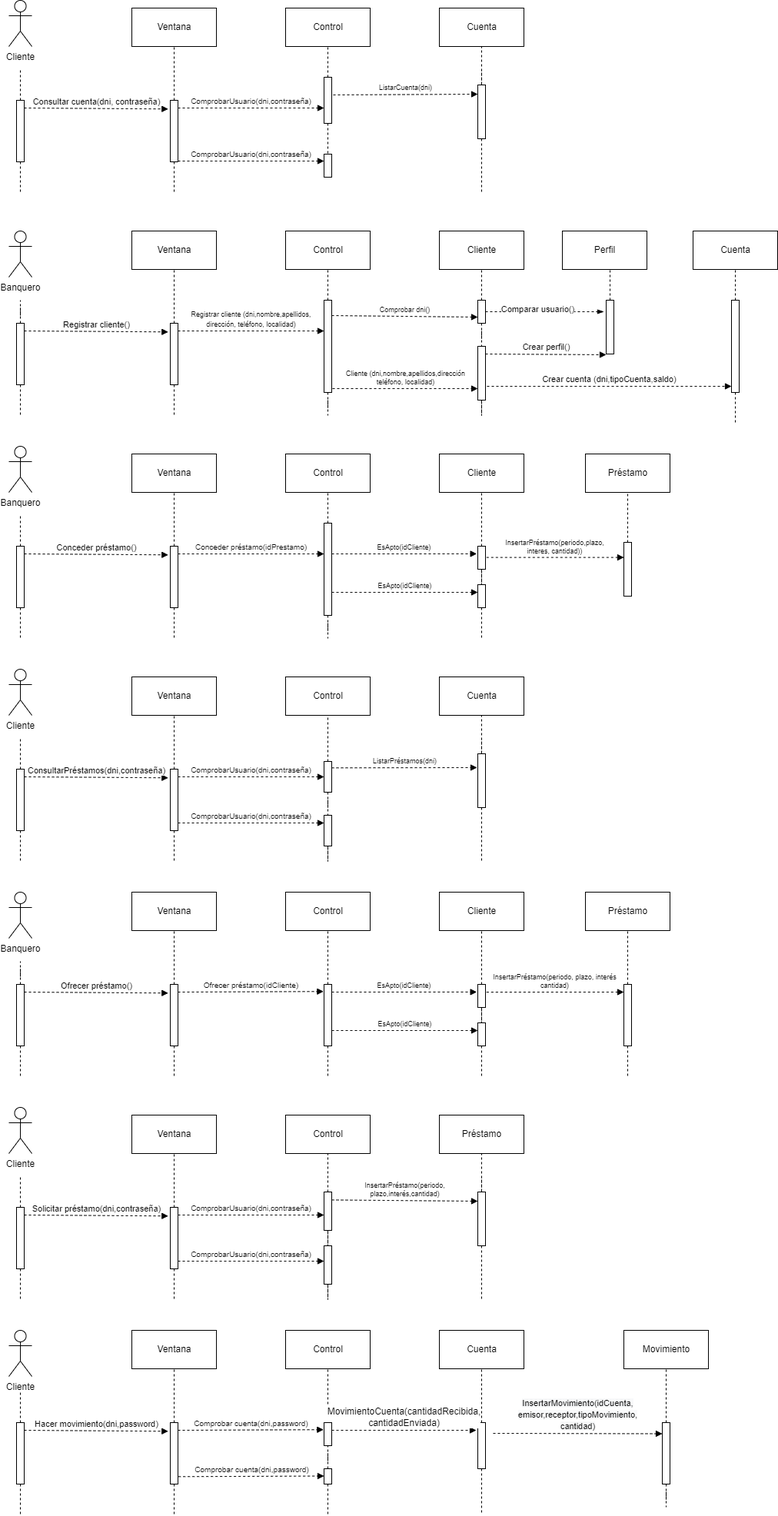
Above: DIAGRAMAS SECUENCIALES.png in Kangelx/Equipo3 (draw.io), before the change. Source tidied: cells renumbered, new cells last; positions are measured from the earlier drawing's top-left corner, leaving out a move shared by most shapes.
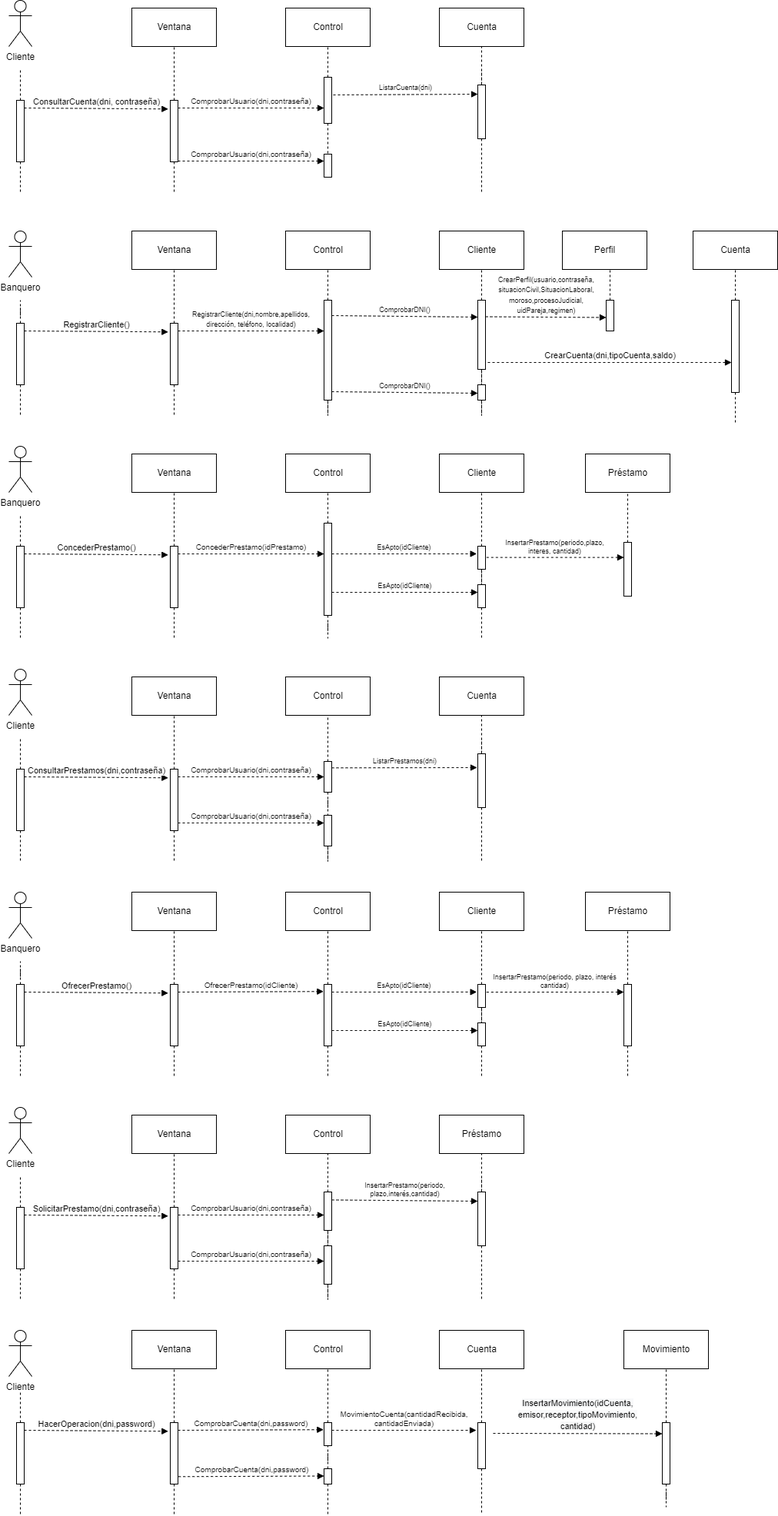
Later version of the same file.

Commit message:
diagramas secuenciales actualizados

The edit, as a diff of the source:
```diff
@@ -54,7 +54,7 @@
         <mxPoint x="615" y="130" as="sourcePoint" />
       </mxGeometry>
     </mxCell>
-    <mxCell id="16" value="Consultar cuenta(dni, contraseña)" style="html=1;verticalAlign=bottom;endArrow=block;rounded=0;dashed=1;entryX=-0.272;entryY=0.141;entryDx=0;entryDy=0;entryPerimeter=0;" parent="1" edge="1" target="11">
+    <mxCell id="16" value="ConsultarCuenta(dni, contraseña)" style="html=1;verticalAlign=bottom;endArrow=block;rounded=0;dashed=1;entryX=-0.272;entryY=0.141;entryDx=0;entryDy=0;entryPerimeter=0;" parent="1" edge="1" target="11">
       <mxGeometry relative="1" as="geometry">
         <mxPoint x="20" y="140" as="sourcePoint" />
       </mxGeometry>
@@ -135,7 +135,7 @@
       </mxGeometry>
     </mxCell>
     <mxCell id="36" style="html=1;points=[];perimeter=orthogonalPerimeter;" parent="1" vertex="1">
-      <mxGeometry x="410" y="390" width="10" height="120" as="geometry" />
+      <mxGeometry x="410" y="390" width="10" height="130" as="geometry" />
     </mxCell>
     <mxCell id="37" style="edgeStyle=orthogonalEdgeStyle;rounded=0;jettySize=auto;html=1;dashed=1;endArrow=none;endFill=0;" parent="1" edge="1" source="41" target="27">
       <mxGeometry relative="1" as="geometry" />
@@ -143,27 +143,21 @@
     <mxCell id="38" style="edgeStyle=orthogonalEdgeStyle;rounded=0;jettySize=auto;html=1;dashed=1;fontSize=9;endArrow=none;endFill=0;" parent="1" edge="1" source="41" target="46">
       <mxGeometry relative="1" as="geometry" />
     </mxCell>
-    <mxCell id="39" style="edgeStyle=orthogonalEdgeStyle;rounded=0;jettySize=auto;html=1;entryX=-0.3;entryY=0.214;entryDx=0;entryDy=0;entryPerimeter=0;dashed=1;endArrow=blockThin;endFill=1;" parent="1" edge="1" source="41" target="55">
-      <mxGeometry relative="1" as="geometry" />
-    </mxCell>
-    <mxCell id="40" value="Comparar usuario()" style="edgeLabel;html=1;align=center;verticalAlign=middle;" parent="39" vertex="1">
-      <mxGeometry x="-0.13" y="3" relative="1" as="geometry" />
-    </mxCell>
     <mxCell id="41" style="html=1;points=[];perimeter=orthogonalPerimeter;" parent="1" vertex="1">
-      <mxGeometry x="610" y="390" width="10" height="30" as="geometry" />
+      <mxGeometry x="610" y="390" width="10" height="90" as="geometry" />
     </mxCell>
-    <mxCell id="42" value="Registrar cliente()" style="html=1;verticalAlign=bottom;endArrow=block;rounded=0;dashed=1;entryX=-0.272;entryY=0.141;entryDx=0;entryDy=0;entryPerimeter=0;" parent="1" edge="1" target="33">
+    <mxCell id="42" value="RegistrarCliente()" style="html=1;verticalAlign=bottom;endArrow=block;rounded=0;dashed=1;entryX=-0.272;entryY=0.141;entryDx=0;entryDy=0;entryPerimeter=0;" parent="1" edge="1" target="33">
       <mxGeometry relative="1" as="geometry">
         <mxPoint x="20" y="430" as="sourcePoint" />
       </mxGeometry>
     </mxCell>
-    <mxCell id="43" value="&lt;font style=&quot;font-size: 9px;&quot;&gt;Registrar cliente (dni,nombre,apellidos,&lt;br&gt;dirección, teléfono, localidad)&lt;/font&gt;" style="html=1;verticalAlign=bottom;endArrow=block;rounded=0;dashed=1;" parent="1" edge="1">
+    <mxCell id="43" value="&lt;font style=&quot;font-size: 9px;&quot;&gt;RegistrarCliente(dni,nombre,apellidos,&lt;br&gt;dirección, teléfono, localidad)&lt;/font&gt;" style="html=1;verticalAlign=bottom;endArrow=block;rounded=0;dashed=1;" parent="1" edge="1">
       <mxGeometry relative="1" as="geometry">
         <mxPoint x="220" y="430" as="sourcePoint" />
         <mxPoint x="410" y="430" as="targetPoint" />
       </mxGeometry>
     </mxCell>
-    <mxCell id="44" value="Comprobar dni()" style="html=1;verticalAlign=bottom;endArrow=block;rounded=0;dashed=1;fontSize=9;" parent="1" edge="1">
+    <mxCell id="44" value="ComprobarDNI()" style="html=1;verticalAlign=bottom;endArrow=block;rounded=0;dashed=1;fontSize=9;" parent="1" edge="1">
       <mxGeometry relative="1" as="geometry">
         <mxPoint x="420" y="410" as="sourcePoint" />
         <mxPoint x="610" y="412" as="targetPoint" />
@@ -175,17 +169,12 @@
       </mxGeometry>
     </mxCell>
     <mxCell id="46" style="html=1;points=[];perimeter=orthogonalPerimeter;" parent="1" vertex="1">
-      <mxGeometry x="610" y="450" width="10" height="70" as="geometry" />
+      <mxGeometry x="610" y="500" width="10" height="20" as="geometry" />
     </mxCell>
-    <mxCell id="47" value="Cliente (dni,nombre,apellidos,dirección&lt;br&gt;teléfono, localidad)" style="html=1;verticalAlign=bottom;endArrow=block;rounded=0;dashed=1;fontSize=9;exitX=1.1;exitY=0.958;exitDx=0;exitDy=0;exitPerimeter=0;" parent="1" edge="1" source="36">
-      <mxGeometry relative="1" as="geometry">
-        <mxPoint x="610" y="505" as="targetPoint" />
-      </mxGeometry>
-    </mxCell>
     <mxCell id="48" value="Cuenta" style="html=1;" parent="1" vertex="1">
       <mxGeometry x="890" y="300" width="110" height="50" as="geometry" />
     </mxCell>
-    <mxCell id="49" value="Crear cuenta (dni,tipoCuenta,saldo)" style="html=1;verticalAlign=bottom;endArrow=block;rounded=0;dashed=1;exitX=1.2;exitY=0.743;exitDx=0;exitDy=0;exitPerimeter=0;" parent="1" edge="1" source="46" target="52">
+    <mxCell id="49" value="CrearCuenta(dni,tipoCuenta,saldo)" style="html=1;verticalAlign=bottom;endArrow=block;rounded=0;dashed=1;exitX=1.3;exitY=0.9;exitDx=0;exitDy=0;exitPerimeter=0;" parent="1" edge="1" source="41" target="52">
       <mxGeometry relative="1" as="geometry" />
     </mxCell>
     <mxCell id="50" style="edgeStyle=orthogonalEdgeStyle;rounded=0;jettySize=auto;html=1;dashed=1;endArrow=none;endFill=0;" parent="1" edge="1" source="52" target="48">
@@ -206,13 +195,8 @@
       <mxGeometry relative="1" as="geometry" />
     </mxCell>
     <mxCell id="55" style="html=1;points=[];perimeter=orthogonalPerimeter;" parent="1" vertex="1">
-      <mxGeometry x="777" y="390" width="10" height="70" as="geometry" />
+      <mxGeometry x="777" y="390" width="10" height="40" as="geometry" />
     </mxCell>
-    <mxCell id="56" value="Crear perfil()" style="html=1;verticalAlign=bottom;endArrow=block;rounded=0;dashed=1;entryX=0;entryY=1.014;entryDx=0;entryDy=0;entryPerimeter=0;" parent="1" edge="1" target="55">
-      <mxGeometry relative="1" as="geometry">
-        <mxPoint x="620" y="460" as="sourcePoint" />
-      </mxGeometry>
-    </mxCell>
     <mxCell id="57" value="Banquero" style="shape=umlActor;verticalLabelPosition=bottom;verticalAlign=top;html=1;" parent="1" vertex="1">
       <mxGeometry y="580" width="30" height="60" as="geometry" />
     </mxCell>
@@ -260,12 +244,12 @@
     <mxCell id="69" style="html=1;points=[];perimeter=orthogonalPerimeter;" parent="1" vertex="1">
       <mxGeometry x="410" y="680" width="10" height="120" as="geometry" />
     </mxCell>
-    <mxCell id="70" value="Conceder préstamo()" style="html=1;verticalAlign=bottom;endArrow=block;rounded=0;dashed=1;entryX=-0.272;entryY=0.141;entryDx=0;entryDy=0;entryPerimeter=0;" parent="1" edge="1" target="66">
+    <mxCell id="70" value="ConcederPrestamo()" style="html=1;verticalAlign=bottom;endArrow=block;rounded=0;dashed=1;entryX=-0.272;entryY=0.141;entryDx=0;entryDy=0;entryPerimeter=0;" parent="1" edge="1" target="66">
       <mxGeometry relative="1" as="geometry">
         <mxPoint x="20" y="720" as="sourcePoint" />
       </mxGeometry>
     </mxCell>
-    <mxCell id="71" value="&lt;font size=&quot;1&quot;&gt;Conceder préstamo(idPrestamo)&lt;/font&gt;" style="html=1;verticalAlign=bottom;endArrow=block;rounded=0;dashed=1;" parent="1" edge="1">
+    <mxCell id="71" value="&lt;font size=&quot;1&quot;&gt;ConcederPrestamo(idPrestamo)&lt;/font&gt;" style="html=1;verticalAlign=bottom;endArrow=block;rounded=0;dashed=1;" parent="1" edge="1">
       <mxGeometry relative="1" as="geometry">
         <mxPoint x="220" y="720" as="sourcePoint" />
         <mxPoint x="410" y="720" as="targetPoint" />
@@ -307,7 +291,7 @@
         <mxPoint x="420" y="770" as="sourcePoint" />
       </mxGeometry>
     </mxCell>
-    <mxCell id="82" value="InsertarPréstamo(periodo,plazo,&lt;br&gt;interes, cantidad))" style="html=1;verticalAlign=bottom;endArrow=block;rounded=0;dashed=1;fontSize=9;entryX=0;entryY=0.28;entryDx=0;entryDy=0;entryPerimeter=0;" parent="1" edge="1" target="73">
+    <mxCell id="82" value="InsertarPrestamo(periodo,plazo,&lt;br&gt;interes, cantidad)" style="html=1;verticalAlign=bottom;endArrow=block;rounded=0;dashed=1;fontSize=9;entryX=0;entryY=0.28;entryDx=0;entryDy=0;entryPerimeter=0;" parent="1" edge="1" target="73">
       <mxGeometry relative="1" as="geometry">
         <mxPoint x="621.3" y="724.6" as="sourcePoint" />
       </mxGeometry>
@@ -364,7 +348,7 @@
         <mxPoint x="615" y="1000" as="sourcePoint" />
       </mxGeometry>
     </mxCell>
-    <mxCell id="97" value="ConsultarPréstamos(dni,contraseña)" style="html=1;verticalAlign=bottom;endArrow=block;rounded=0;dashed=1;entryX=-0.272;entryY=0.141;entryDx=0;entryDy=0;entryPerimeter=0;" parent="1" edge="1" target="92">
+    <mxCell id="97" value="ConsultarPrestamos(dni,contraseña)" style="html=1;verticalAlign=bottom;endArrow=block;rounded=0;dashed=1;entryX=-0.272;entryY=0.141;entryDx=0;entryDy=0;entryPerimeter=0;" parent="1" edge="1" target="92">
       <mxGeometry relative="1" as="geometry">
         <mxPoint x="20" y="1010" as="sourcePoint" />
       </mxGeometry>
@@ -375,7 +359,7 @@
         <mxPoint x="410" y="1010" as="targetPoint" />
       </mxGeometry>
     </mxCell>
-    <mxCell id="99" value="ListarPréstamos(dni)" style="html=1;verticalAlign=bottom;endArrow=block;rounded=0;dashed=1;fontSize=9;exitX=1;exitY=0.208;exitDx=0;exitDy=0;exitPerimeter=0;entryX=-0.1;entryY=0.257;entryDx=0;entryDy=0;entryPerimeter=0;" parent="1" edge="1" source="95" target="102">
+    <mxCell id="99" value="ListarPrestamos(dni)" style="html=1;verticalAlign=bottom;endArrow=block;rounded=0;dashed=1;fontSize=9;exitX=1;exitY=0.208;exitDx=0;exitDy=0;exitPerimeter=0;entryX=-0.1;entryY=0.257;entryDx=0;entryDy=0;entryPerimeter=0;" parent="1" edge="1" source="95" target="102">
       <mxGeometry relative="1" as="geometry" />
     </mxCell>
     <mxCell id="100" style="edgeStyle=orthogonalEdgeStyle;rounded=0;jettySize=auto;html=1;dashed=1;fontSize=9;endArrow=none;endFill=0;" parent="1" edge="1" source="102">
@@ -459,12 +443,12 @@
     <mxCell id="121" style="html=1;points=[];perimeter=orthogonalPerimeter;" parent="1" vertex="1">
       <mxGeometry x="610" y="1280" width="10" height="30" as="geometry" />
     </mxCell>
-    <mxCell id="122" value="Ofrecer préstamo()" style="html=1;verticalAlign=bottom;endArrow=block;rounded=0;dashed=1;entryX=-0.272;entryY=0.141;entryDx=0;entryDy=0;entryPerimeter=0;" parent="1" edge="1" target="115">
+    <mxCell id="122" value="OfrecerPrestamo()" style="html=1;verticalAlign=bottom;endArrow=block;rounded=0;dashed=1;entryX=-0.272;entryY=0.141;entryDx=0;entryDy=0;entryPerimeter=0;" parent="1" edge="1" target="115">
       <mxGeometry relative="1" as="geometry">
         <mxPoint x="20" y="1290" as="sourcePoint" />
       </mxGeometry>
     </mxCell>
-    <mxCell id="123" value="&lt;font size=&quot;1&quot;&gt;Ofrecer préstamo(idCliente)&lt;/font&gt;" style="html=1;verticalAlign=bottom;endArrow=block;rounded=0;dashed=1;entryX=-0.066;entryY=0.115;entryDx=0;entryDy=0;entryPerimeter=0;" parent="1" edge="1" target="118">
+    <mxCell id="123" value="&lt;font size=&quot;1&quot;&gt;OfrecerPrestamo(idCliente)&lt;/font&gt;" style="html=1;verticalAlign=bottom;endArrow=block;rounded=0;dashed=1;entryX=-0.066;entryY=0.115;entryDx=0;entryDy=0;entryPerimeter=0;" parent="1" edge="1" target="118">
       <mxGeometry relative="1" as="geometry">
         <mxPoint x="220" y="1290" as="sourcePoint" />
       </mxGeometry>
@@ -501,7 +485,7 @@
     <mxCell id="131" style="html=1;points=[];perimeter=orthogonalPerimeter;" parent="1" vertex="1">
       <mxGeometry x="800" y="1280" width="10" height="80" as="geometry" />
     </mxCell>
-    <mxCell id="132" value="InsertarPréstamo(periodo, plazo, interés&lt;br&gt;cantidad)" style="html=1;verticalAlign=bottom;endArrow=block;rounded=0;dashed=1;fontSize=9;" parent="1" edge="1">
+    <mxCell id="132" value="InsertarPrestamo(periodo, plazo, interés&lt;br&gt;cantidad)" style="html=1;verticalAlign=bottom;endArrow=block;rounded=0;dashed=1;fontSize=9;" parent="1" edge="1">
       <mxGeometry relative="1" as="geometry">
         <mxPoint x="621.3" y="1290.1" as="sourcePoint" />
         <mxPoint x="800" y="1290" as="targetPoint" />
@@ -559,7 +543,7 @@
         <mxPoint x="615" y="1570" as="sourcePoint" />
       </mxGeometry>
     </mxCell>
-    <mxCell id="147" value="Solicitar préstamo(dni,contraseña)" style="html=1;verticalAlign=bottom;endArrow=block;rounded=0;dashed=1;entryX=-0.272;entryY=0.141;entryDx=0;entryDy=0;entryPerimeter=0;" parent="1" edge="1" target="142">
+    <mxCell id="147" value="SolicitarPrestamo(dni,contraseña)" style="html=1;verticalAlign=bottom;endArrow=block;rounded=0;dashed=1;entryX=-0.272;entryY=0.141;entryDx=0;entryDy=0;entryPerimeter=0;" parent="1" edge="1" target="142">
       <mxGeometry relative="1" as="geometry">
         <mxPoint x="20" y="1580" as="sourcePoint" />
       </mxGeometry>
@@ -570,7 +554,7 @@
         <mxPoint x="410" y="1580" as="targetPoint" />
       </mxGeometry>
     </mxCell>
-    <mxCell id="149" value="InsertarPréstamo(periodo,&lt;br&gt;plazo,interés,cantidad)" style="html=1;verticalAlign=bottom;endArrow=block;rounded=0;dashed=1;fontSize=9;exitX=1;exitY=0.208;exitDx=0;exitDy=0;exitPerimeter=0;" parent="1" edge="1" source="145">
+    <mxCell id="149" value="InsertarPrestamo(periodo,&lt;br&gt;plazo,interés,cantidad)" style="html=1;verticalAlign=bottom;endArrow=block;rounded=0;dashed=1;fontSize=9;exitX=1;exitY=0.208;exitDx=0;exitDy=0;exitPerimeter=0;" parent="1" edge="1" source="145">
       <mxGeometry relative="1" as="geometry">
         <mxPoint x="610" y="1562" as="targetPoint" />
       </mxGeometry>
@@ -658,18 +642,18 @@
     <mxCell id="170" style="html=1;points=[];perimeter=orthogonalPerimeter;" parent="1" vertex="1">
       <mxGeometry x="610" y="1850" width="10" height="60" as="geometry" />
     </mxCell>
-    <mxCell id="171" value="Hacer movimiento(dni,password)" style="html=1;verticalAlign=bottom;endArrow=block;rounded=0;dashed=1;entryX=-0.272;entryY=0.141;entryDx=0;entryDy=0;entryPerimeter=0;" parent="1" edge="1" target="165">
+    <mxCell id="171" value="HacerOperacion(dni,password)" style="html=1;verticalAlign=bottom;endArrow=block;rounded=0;dashed=1;entryX=-0.272;entryY=0.141;entryDx=0;entryDy=0;entryPerimeter=0;" parent="1" edge="1" target="165">
       <mxGeometry relative="1" as="geometry">
         <mxPoint x="20" y="1860" as="sourcePoint" />
       </mxGeometry>
     </mxCell>
-    <mxCell id="172" value="&lt;font size=&quot;1&quot;&gt;Comprobar cuenta(dni,password)&lt;/font&gt;" style="html=1;verticalAlign=bottom;endArrow=block;rounded=0;dashed=1;entryX=-0.066;entryY=0.115;entryDx=0;entryDy=0;entryPerimeter=0;" parent="1" edge="1">
+    <mxCell id="172" value="&lt;font size=&quot;1&quot;&gt;ComprobarCuenta(dni,password)&lt;/font&gt;" style="html=1;verticalAlign=bottom;endArrow=block;rounded=0;dashed=1;entryX=-0.066;entryY=0.115;entryDx=0;entryDy=0;entryPerimeter=0;" parent="1" edge="1">
       <mxGeometry relative="1" as="geometry">
         <mxPoint x="220" y="1860" as="sourcePoint" />
         <mxPoint x="409.3" y="1859.2" as="targetPoint" />
       </mxGeometry>
     </mxCell>
-    <mxCell id="173" value="&lt;font style=&quot;font-size: 12px;&quot;&gt;MovimientoCuenta(cantidadRecibida,&lt;br&gt;cantidadEnviada)&lt;/font&gt;" style="html=1;verticalAlign=bottom;endArrow=block;rounded=0;dashed=1;fontSize=9;entryX=-0.2;entryY=0.167;entryDx=0;entryDy=0;entryPerimeter=0;" parent="1" edge="1" target="170">
+    <mxCell id="173" value="&lt;font style=&quot;font-size: 10px;&quot;&gt;MovimientoCuenta(cantidadRecibida,&lt;br&gt;cantidadEnviada)&lt;/font&gt;" style="html=1;verticalAlign=bottom;endArrow=block;rounded=0;dashed=1;fontSize=9;entryX=-0.2;entryY=0.167;entryDx=0;entryDy=0;entryPerimeter=0;" parent="1" edge="1" target="170">
       <mxGeometry relative="1" as="geometry">
         <mxPoint x="420" y="1860" as="sourcePoint" />
       </mxGeometry>
@@ -697,7 +681,7 @@
     <mxCell id="180" style="html=1;points=[];perimeter=orthogonalPerimeter;" parent="1" vertex="1">
       <mxGeometry x="410" y="1910" width="10" height="20" as="geometry" />
     </mxCell>
-    <mxCell id="181" value="&lt;font size=&quot;1&quot;&gt;Comprobar cuenta(dni,password)&lt;/font&gt;" style="html=1;verticalAlign=bottom;endArrow=block;rounded=0;dashed=1;entryX=-0.066;entryY=0.115;entryDx=0;entryDy=0;entryPerimeter=0;" parent="1" edge="1">
+    <mxCell id="181" value="&lt;font size=&quot;1&quot;&gt;ComprobarCuenta(dni,password)&lt;/font&gt;" style="html=1;verticalAlign=bottom;endArrow=block;rounded=0;dashed=1;entryX=-0.066;entryY=0.115;entryDx=0;entryDy=0;entryPerimeter=0;" parent="1" edge="1">
       <mxGeometry relative="1" as="geometry">
         <mxPoint x="220.7" y="1920.3" as="sourcePoint" />
         <mxPoint x="410" y="1919.5" as="targetPoint" />
@@ -708,5 +692,17 @@
         <mxPoint x="630" y="1864" as="sourcePoint" />
       </mxGeometry>
     </mxCell>
+    <mxCell id="183" value="&lt;font style=&quot;font-size: 9px;&quot;&gt;CrearPerfil(usuario,contraseña,&lt;br&gt;situacionCivil,SituacionLaboral,&lt;br&gt;moroso,procesoJudicial,&lt;br&gt;uidPareja,regimen)&lt;/font&gt;" style="html=1;verticalAlign=bottom;endArrow=block;rounded=0;dashed=1;entryX=0;entryY=1.014;entryDx=0;entryDy=0;entryPerimeter=0;" parent="1" edge="1">
+      <mxGeometry relative="1" as="geometry">
+        <mxPoint x="620" y="411.5" as="sourcePoint" />
+        <mxPoint x="777" y="412.5" as="targetPoint" />
+      </mxGeometry>
+    </mxCell>
+    <mxCell id="184" value="ComprobarDNI()" style="html=1;verticalAlign=bottom;endArrow=block;rounded=0;dashed=1;fontSize=9;" parent="1" edge="1">
+      <mxGeometry relative="1" as="geometry">
+        <mxPoint x="420" y="509" as="sourcePoint" />
+        <mxPoint x="610" y="511" as="targetPoint" />
+      </mxGeometry>
+    </mxCell>
   </root>
 </mxGraphModel>
```
